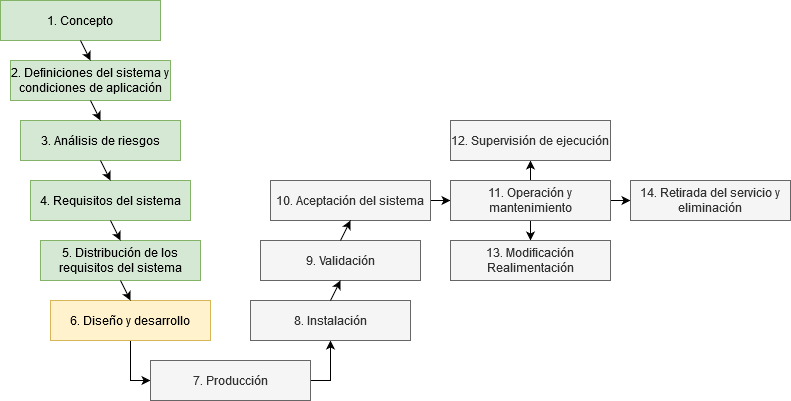
Earlier version of the draw.io export Figuras/ciclo_de_vida_50126.png (nahueespinosa/plantilla-planificacion). Source tidied: cells renumbered, new cells last; positions are measured from the earlier drawing's top-left corner, leaving out a move shared by most shapes. Its diagram source:
```xml
<mxGraphModel>
  <root>
    <mxCell id="0" />
    <mxCell id="1" parent="0" />
    <mxCell id="2" value="1. Concepto" style="rounded=0;whiteSpace=wrap;html=1;fillColor=#d5e8d4;strokeColor=#82b366;" parent="1" vertex="1">
      <mxGeometry width="160" height="40" as="geometry" />
    </mxCell>
    <mxCell id="3" value="3. Análisis de riesgos" style="rounded=0;whiteSpace=wrap;html=1;fillColor=#d5e8d4;strokeColor=#82b366;" parent="1" vertex="1">
      <mxGeometry x="20" y="120" width="160" height="40" as="geometry" />
    </mxCell>
    <mxCell id="4" value="2. Definiciones del sistema y condiciones de aplicación" style="rounded=0;whiteSpace=wrap;html=1;fillColor=#d5e8d4;strokeColor=#82b366;" parent="1" vertex="1">
      <mxGeometry x="10" y="60" width="160" height="40" as="geometry" />
    </mxCell>
    <mxCell id="5" value="4. Requisitos del sistema" style="rounded=0;whiteSpace=wrap;html=1;fillColor=#d5e8d4;strokeColor=#82b366;" parent="1" vertex="1">
      <mxGeometry x="30" y="180" width="160" height="40" as="geometry" />
    </mxCell>
    <mxCell id="6" value="5. Distribución de los requisitos del sistema" style="rounded=0;whiteSpace=wrap;html=1;fillColor=#d5e8d4;strokeColor=#82b366;" parent="1" vertex="1">
      <mxGeometry x="40" y="240" width="160" height="40" as="geometry" />
    </mxCell>
    <mxCell id="7" style="edgeStyle=orthogonalEdgeStyle;rounded=0;jettySize=auto;html=1;exitX=0.5;exitY=1;exitDx=0;exitDy=0;entryX=0;entryY=0.5;entryDx=0;entryDy=0;" parent="1" edge="1" source="8" target="10">
      <mxGeometry relative="1" as="geometry" />
    </mxCell>
    <mxCell id="8" value="6. Diseño y desarrollo" style="rounded=0;whiteSpace=wrap;html=1;fillColor=#fff2cc;strokeColor=#d6b656;" parent="1" vertex="1">
      <mxGeometry x="50" y="300" width="160" height="40" as="geometry" />
    </mxCell>
    <mxCell id="9" style="edgeStyle=orthogonalEdgeStyle;rounded=0;jettySize=auto;html=1;exitX=1;exitY=0.5;exitDx=0;exitDy=0;entryX=0.5;entryY=1;entryDx=0;entryDy=0;" parent="1" edge="1" source="10" target="11">
      <mxGeometry relative="1" as="geometry" />
    </mxCell>
    <mxCell id="10" value="7. Producción" style="rounded=0;whiteSpace=wrap;html=1;fillColor=#f5f5f5;strokeColor=#666666;fontColor=#333333;" parent="1" vertex="1">
      <mxGeometry x="150" y="360" width="160" height="40" as="geometry" />
    </mxCell>
    <mxCell id="11" value="8. Instalación" style="rounded=0;whiteSpace=wrap;html=1;fillColor=#f5f5f5;strokeColor=#666666;fontColor=#333333;" parent="1" vertex="1">
      <mxGeometry x="250" y="300" width="160" height="40" as="geometry" />
    </mxCell>
    <mxCell id="12" value="9. Validación" style="rounded=0;whiteSpace=wrap;html=1;fillColor=#f5f5f5;strokeColor=#666666;fontColor=#333333;" parent="1" vertex="1">
      <mxGeometry x="260" y="240" width="160" height="40" as="geometry" />
    </mxCell>
    <mxCell id="13" style="edgeStyle=orthogonalEdgeStyle;rounded=0;jettySize=auto;html=1;exitX=1;exitY=0.5;exitDx=0;exitDy=0;entryX=0;entryY=0.5;entryDx=0;entryDy=0;" parent="1" edge="1" source="14" target="18">
      <mxGeometry relative="1" as="geometry" />
    </mxCell>
    <mxCell id="14" value="10. Aceptación del sistema" style="rounded=0;whiteSpace=wrap;html=1;fillColor=#f5f5f5;strokeColor=#666666;fontColor=#333333;" parent="1" vertex="1">
      <mxGeometry x="270" y="180" width="160" height="40" as="geometry" />
    </mxCell>
    <mxCell id="15" style="edgeStyle=orthogonalEdgeStyle;rounded=0;jettySize=auto;html=1;exitX=0.5;exitY=0;exitDx=0;exitDy=0;entryX=0.5;entryY=1;entryDx=0;entryDy=0;" parent="1" edge="1" source="18" target="19">
      <mxGeometry relative="1" as="geometry" />
    </mxCell>
    <mxCell id="16" style="edgeStyle=orthogonalEdgeStyle;rounded=0;jettySize=auto;html=1;exitX=0.5;exitY=1;exitDx=0;exitDy=0;entryX=0.5;entryY=0;entryDx=0;entryDy=0;" parent="1" edge="1" source="18" target="20">
      <mxGeometry relative="1" as="geometry" />
    </mxCell>
    <mxCell id="17" style="edgeStyle=orthogonalEdgeStyle;rounded=0;jettySize=auto;html=1;exitX=1;exitY=0.5;exitDx=0;exitDy=0;entryX=0;entryY=0.5;entryDx=0;entryDy=0;" parent="1" edge="1" source="18" target="21">
      <mxGeometry relative="1" as="geometry" />
    </mxCell>
    <mxCell id="18" value="11. Operación y mantenimiento" style="rounded=0;whiteSpace=wrap;html=1;fillColor=#f5f5f5;strokeColor=#666666;fontColor=#333333;" parent="1" vertex="1">
      <mxGeometry x="450" y="180" width="160" height="40" as="geometry" />
    </mxCell>
    <mxCell id="19" value="12. Supervisión de ejecución" style="rounded=0;whiteSpace=wrap;html=1;fillColor=#f5f5f5;strokeColor=#666666;fontColor=#333333;" parent="1" vertex="1">
      <mxGeometry x="450" y="120" width="160" height="40" as="geometry" />
    </mxCell>
    <mxCell id="20" value="13. Modificación Realimentación" style="rounded=0;whiteSpace=wrap;html=1;fillColor=#f5f5f5;strokeColor=#666666;fontColor=#333333;" parent="1" vertex="1">
      <mxGeometry x="450" y="240" width="160" height="40" as="geometry" />
    </mxCell>
    <mxCell id="21" value="14. Retirada del servicio y eliminación" style="rounded=0;whiteSpace=wrap;html=1;fillColor=#f5f5f5;strokeColor=#666666;fontColor=#333333;" parent="1" vertex="1">
      <mxGeometry x="630" y="180" width="160" height="40" as="geometry" />
    </mxCell>
    <mxCell id="22" style="endArrow=classic;html=1;exitX=0.5;exitY=1;exitDx=0;exitDy=0;entryX=0.5;entryY=0;entryDx=0;entryDy=0;" parent="1" edge="1" source="2" target="4">
      <mxGeometry relative="1" as="geometry" />
    </mxCell>
    <mxCell id="23" style="endArrow=classic;html=1;exitX=0.5;exitY=1;exitDx=0;exitDy=0;entryX=0.5;entryY=0;entryDx=0;entryDy=0;" parent="1" edge="1" source="4" target="3">
      <mxGeometry relative="1" as="geometry" />
    </mxCell>
    <mxCell id="24" style="endArrow=classic;html=1;exitX=0.5;exitY=1;exitDx=0;exitDy=0;entryX=0.5;entryY=0;entryDx=0;entryDy=0;" parent="1" edge="1" source="3" target="5">
      <mxGeometry relative="1" as="geometry" />
    </mxCell>
    <mxCell id="25" style="endArrow=classic;html=1;exitX=0.5;exitY=1;exitDx=0;exitDy=0;entryX=0.5;entryY=0;entryDx=0;entryDy=0;" parent="1" edge="1" source="5" target="6">
      <mxGeometry relative="1" as="geometry" />
    </mxCell>
    <mxCell id="26" style="endArrow=classic;html=1;exitX=0.5;exitY=1;exitDx=0;exitDy=0;entryX=0.5;entryY=0;entryDx=0;entryDy=0;" parent="1" edge="1" source="6" target="8">
      <mxGeometry relative="1" as="geometry" />
    </mxCell>
    <mxCell id="27" style="endArrow=classic;html=1;exitX=0.5;exitY=0;exitDx=0;exitDy=0;entryX=0.5;entryY=1;entryDx=0;entryDy=0;" parent="1" edge="1" source="11" target="12">
      <mxGeometry relative="1" as="geometry" />
    </mxCell>
    <mxCell id="28" style="endArrow=classic;html=1;exitX=0.5;exitY=0;exitDx=0;exitDy=0;entryX=0.5;entryY=1;entryDx=0;entryDy=0;" parent="1" edge="1" source="12" target="14">
      <mxGeometry relative="1" as="geometry" />
    </mxCell>
  </root>
</mxGraphModel>
```
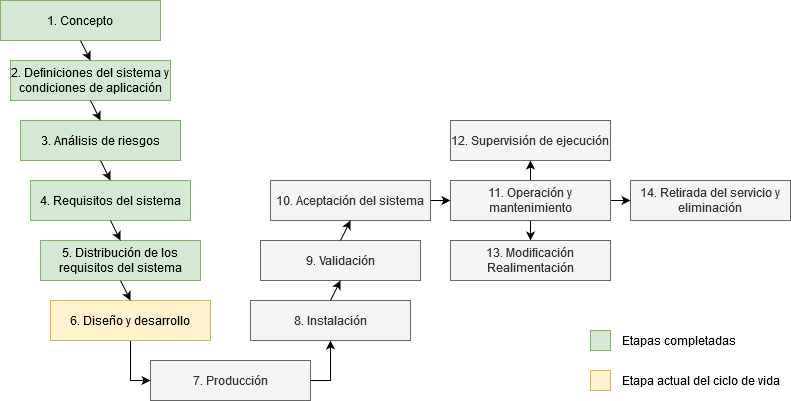
Above is the later version.

Commit message:
Agregar referencias de colores al ciclo de vida

Change to the diagram source:
```diff
@@ -83,5 +83,17 @@
     <mxCell id="28" style="endArrow=classic;html=1;exitX=0.5;exitY=0;exitDx=0;exitDy=0;entryX=0.5;entryY=1;entryDx=0;entryDy=0;" parent="1" edge="1" source="12" target="14">
       <mxGeometry relative="1" as="geometry" />
     </mxCell>
+    <mxCell id="29" style="rounded=0;whiteSpace=wrap;html=1;fillColor=#d5e8d4;strokeColor=#82b366;" parent="1" vertex="1">
+      <mxGeometry x="590" y="330" width="20" height="20" as="geometry" />
+    </mxCell>
+    <mxCell id="30" style="whiteSpace=wrap;html=1;fillColor=#fff2cc;strokeColor=#d6b656;" parent="1" vertex="1">
+      <mxGeometry x="590" y="370" width="20" height="20" as="geometry" />
+    </mxCell>
+    <mxCell id="31" value="&lt;div&gt;Etapas completadas&lt;br&gt;&lt;/div&gt;" style="text;html=1;strokeColor=none;fillColor=none;align=left;verticalAlign=middle;whiteSpace=wrap;rounded=0;" parent="1" vertex="1">
+      <mxGeometry x="620" y="330" width="130" height="20" as="geometry" />
+    </mxCell>
+    <mxCell id="32" value="Etapa actual del ciclo de vida" style="text;html=1;strokeColor=none;fillColor=none;align=left;verticalAlign=middle;whiteSpace=wrap;rounded=0;" parent="1" vertex="1">
+      <mxGeometry x="620" y="370" width="160" height="20" as="geometry" />
+    </mxCell>
   </root>
 </mxGraphModel>
```
